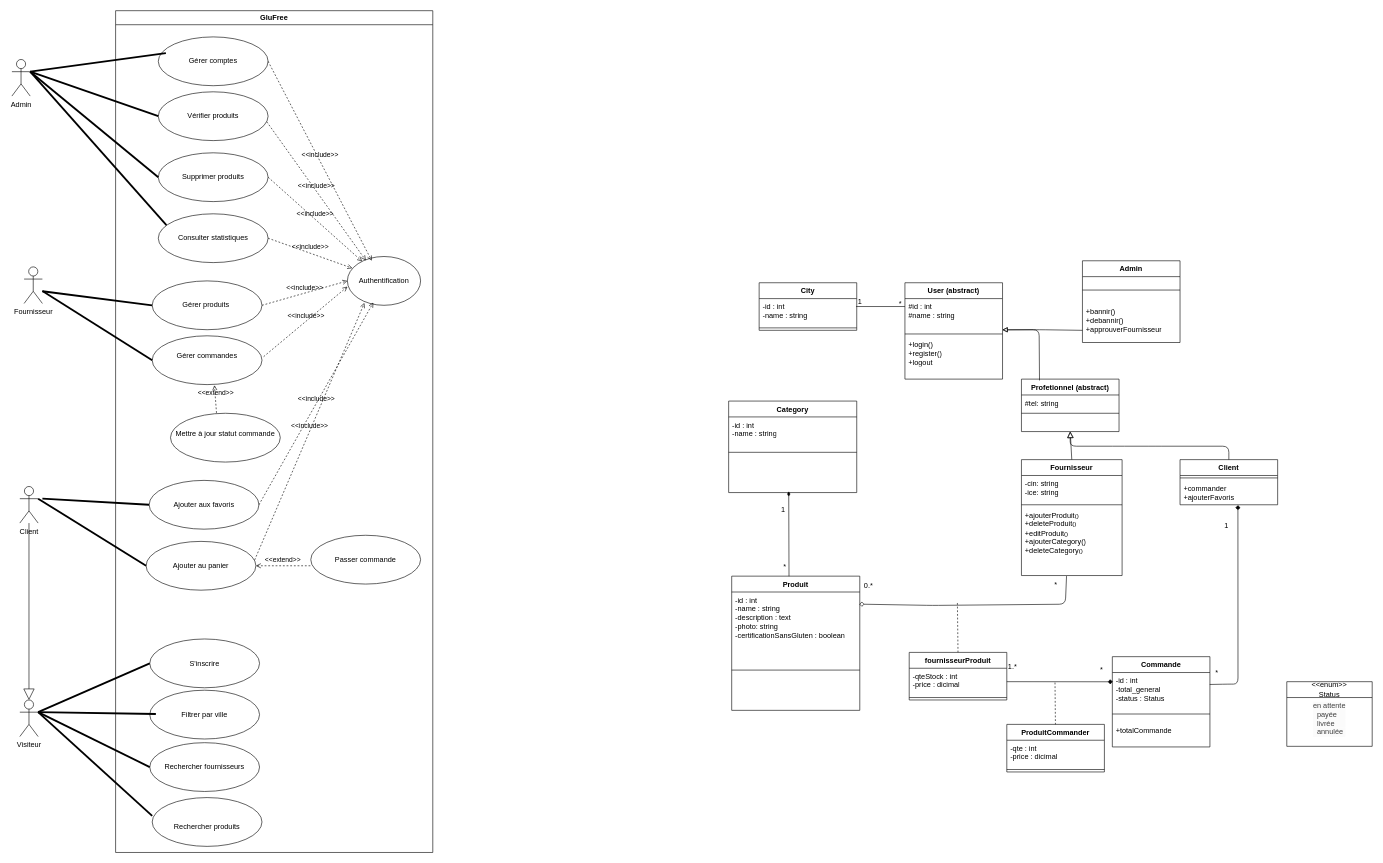
This is uml.drawio from safaacht/GluFree, a draw.io file, before an edit. Source tidied: cells renumbered, new cells numbered last; positions are measured from the earlier drawing's top-left corner, leaving out a move shared by most shapes. Both pictures are drawn from the tidied source at 61%, with x=0, y=0 at pixel (12, 10).
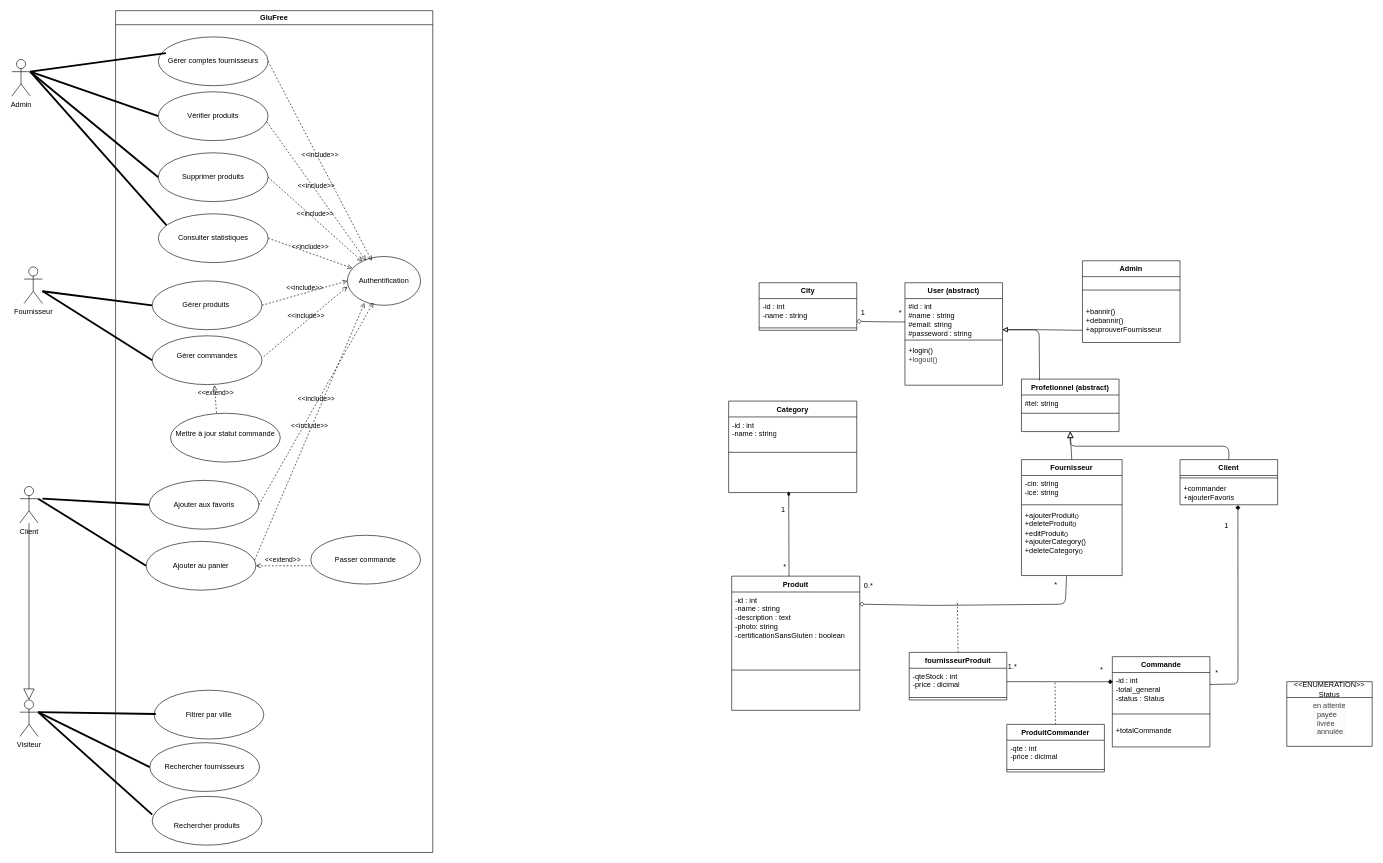
After the change.

Commit message:
Update UML diagram

The change refers to these unchanged cells:
```xml
<mxCell id="4" value="Visiteur" style="shape=umlActor;html=1;verticalLabelPosition=bottom;verticalAlign=top;align=center;" parent="1" vertex="1">
  <mxGeometry x="13" y="1130" width="30" height="60" as="geometry" />
</mxCell>
<mxCell id="6" value="GluFree" style="swimlane;whiteSpace=wrap;html=1;" parent="1" vertex="1">
  <mxGeometry x="170" width="520" height="1380" as="geometry" />
</mxCell>
<mxCell id="38" value="+bannir()&lt;div&gt;+debannir()&lt;/div&gt;&lt;div&gt;+approuverFournisseur&lt;/div&gt;" style="text;strokeColor=none;fillColor=none;align=left;verticalAlign=top;spacingLeft=4;spacingRight=4;overflow=hidden;points=[[0,0.5],[1,0.5]];portConstraint=eastwest;whiteSpace=wrap;html=1;" parent="36" vertex="1">
  <mxGeometry y="70" width="160" height="64" as="geometry" />
</mxCell>
<mxCell id="40" value="-id : int&lt;div&gt;-name : string&lt;/div&gt;" style="text;strokeColor=none;fillColor=none;align=left;verticalAlign=top;spacingLeft=4;spacingRight=4;overflow=hidden;points=[[0,0.5],[1,0.5]];portConstraint=eastwest;whiteSpace=wrap;html=1;" parent="39" vertex="1">
  <mxGeometry y="26" width="160" height="44" as="geometry" />
</mxCell>
```

What changed in the source:
```diff
@@
-    <mxCell id="8" value="Gérer comptes" style="ellipse;whiteSpace=wrap;html=1;" parent="6" vertex="1">
+    <mxCell id="8" value="Gérer comptes fournisseurs" style="ellipse;whiteSpace=wrap;html=1;" parent="6" vertex="1">
       <mxGeometry x="70" y="43" width="180" height="80" as="geometry" />
     </mxCell>
@@
-    <mxCell id="17" value="S'inscrire" style="ellipse;whiteSpace=wrap;html=1;" parent="6" vertex="1">
-      <mxGeometry x="56" y="1030" width="180" height="80" as="geometry" />
-    </mxCell>
@@
     <mxCell id="19" value="&lt;br style=&quot;color: rgb(63, 63, 63); scrollbar-color: rgb(226, 226, 226) rgb(251, 251, 251);&quot;&gt;&lt;span style=&quot;color: rgb(0, 0, 0);&quot;&gt;Rechercher produits&lt;/span&gt;" style="ellipse;whiteSpace=wrap;html=1;" parent="6" vertex="1">
-      <mxGeometry x="60" y="1290" width="180" height="80" as="geometry" />
+      <mxGeometry x="60" y="1288" width="180" height="80" as="geometry" />
     </mxCell>
@@
     <mxCell id="21" value="&lt;span style=&quot;color: rgb(0, 0, 0);&quot;&gt;Filtrer par ville&lt;/span&gt;" style="ellipse;whiteSpace=wrap;html=1;" parent="6" vertex="1">
-      <mxGeometry x="56" y="1114" width="180" height="80" as="geometry" />
+      <mxGeometry x="63" y="1114" width="180" height="80" as="geometry" />
     </mxCell>
@@
     <mxCell id="32" value="User (&lt;span style=&quot;color: rgb(0, 0, 0);&quot;&gt;abstract&lt;/span&gt;)" style="swimlane;fontStyle=1;align=center;verticalAlign=top;horizontal=1;startSize=26;whiteSpace=wrap;html=1;" parent="1" vertex="1">
-      <mxGeometry x="1464" y="446" width="160" height="158" as="geometry" />
+      <mxGeometry x="1464" y="446" width="160" height="168" as="geometry" />
     </mxCell>
-    <mxCell id="33" value="#id : int&lt;div&gt;#name : string&lt;/div&gt;&lt;div&gt;&lt;br&gt;&lt;/div&gt;" style="text;strokeColor=none;fillColor=none;align=left;verticalAlign=top;spacingLeft=4;spacingRight=4;overflow=hidden;points=[[0,0.5],[1,0.5]];portConstraint=eastwest;whiteSpace=wrap;html=1;" parent="32" vertex="1">
-      <mxGeometry y="26" width="160" height="54" as="geometry" />
+    <mxCell id="33" value="#id : int&lt;div&gt;#name : string&lt;/div&gt;&lt;div&gt;#email: string&lt;/div&gt;&lt;div&gt;#passeword : string&lt;/div&gt;" style="text;strokeColor=none;fillColor=none;align=left;verticalAlign=top;spacingLeft=4;spacingRight=4;overflow=hidden;points=[[0,0.5],[1,0.5]];portConstraint=eastwest;whiteSpace=wrap;html=1;" parent="32" vertex="1">
+      <mxGeometry y="26" width="160" height="64" as="geometry" />
     </mxCell>
     <mxCell id="34" style="line;strokeWidth=1;fillColor=none;align=left;verticalAlign=middle;spacingTop=-1;spacingLeft=3;spacingRight=3;labelPosition=right;strokeColor=inherit;" parent="32" vertex="1">
-      <mxGeometry y="80" width="160" height="8" as="geometry" />
+      <mxGeometry y="90" width="160" height="8" as="geometry" />
     </mxCell>
-    <mxCell id="35" value="+login()&lt;div&gt;+register()&lt;/div&gt;&lt;div&gt;+logout&lt;/div&gt;" style="text;strokeColor=none;fillColor=none;align=left;verticalAlign=top;spacingLeft=4;spacingRight=4;overflow=hidden;whiteSpace=wrap;html=1;" parent="32" vertex="1">
-      <mxGeometry y="88" width="160" height="70" as="geometry" />
+    <mxCell id="35" value="+login()&lt;div&gt;&lt;span style=&quot;color: rgb(63, 63, 63); background-color: transparent;&quot;&gt;+logout()&lt;/span&gt;&lt;/div&gt;" style="text;strokeColor=none;fillColor=none;align=left;verticalAlign=top;spacingLeft=4;spacingRight=4;overflow=hidden;whiteSpace=wrap;html=1;" parent="32" vertex="1">
+      <mxGeometry y="98" width="160" height="70" as="geometry" />
     </mxCell>
@@
-    <mxCell id="50" style="line;strokeWidth=1;fillColor=none;align=left;verticalAlign=middle;spacingTop=-1;spacingLeft=3;spacingRight=3;labelPosition=right;strokeColor=inherit;" parent="1" vertex="1">
-      <mxGeometry x="1384" y="481" width="80" height="8" as="geometry" />
-    </mxCell>
     <mxCell id="51" value="1" style="text;html=1;align=center;verticalAlign=middle;strokeColor=none;fillColor=none;" parent="1" vertex="1">
-      <mxGeometry x="1375" y="462" width="30" height="30" as="geometry" />
+      <mxGeometry x="1380" y="480" width="30" height="30" as="geometry" />
     </mxCell>
     <mxCell id="52" value="*" style="text;html=1;align=center;verticalAlign=middle;strokeColor=none;fillColor=none;" parent="1" vertex="1">
-      <mxGeometry x="1441" y="465" width="30" height="30" as="geometry" />
+      <mxGeometry x="1441" y="480" width="30" height="30" as="geometry" />
     </mxCell>
@@
-    <mxCell id="56" style="html=1;verticalAlign=bottom;labelBackgroundColor=none;endArrow=block;endFill=0;endSize=6;align=left;entryX=0.998;entryY=0.951;entryDx=0;entryDy=0;entryPerimeter=0;exitX=0;exitY=0.688;exitDx=0;exitDy=0;exitPerimeter=0;" parent="1" edge="1" source="38" target="33">
+    <mxCell id="56" style="html=1;verticalAlign=bottom;labelBackgroundColor=none;endArrow=block;endFill=0;endSize=6;align=left;exitX=0;exitY=0.688;exitDx=0;exitDy=0;exitPerimeter=0;" parent="1" edge="1" source="38">
       <mxGeometry x="-1" relative="1" as="geometry">
+        <mxPoint x="1624" y="523" as="targetPoint" />
         <Array as="points">
           <mxPoint x="1685" y="523" />
         </Array>
       </mxGeometry>
     </mxCell>
@@
-    <mxCell id="93" value="&amp;lt;&amp;lt;enum&amp;gt;&amp;gt;&lt;div&gt;Status&lt;/div&gt;" style="swimlane;fontStyle=0;horizontal=1;startSize=26;fillColor=none;whiteSpace=wrap;html=1;" parent="1" vertex="1">
+    <mxCell id="93" value="&amp;lt;&amp;lt;ENUMERATION&amp;gt;&amp;gt;&lt;div&gt;Status&lt;/div&gt;" style="swimlane;fontStyle=0;horizontal=1;startSize=26;fillColor=none;whiteSpace=wrap;html=1;" parent="1" vertex="1">
       <mxGeometry x="2090" y="1100" width="140" height="106" as="geometry" />
     </mxCell>
@@
-    <mxCell id="102" style="endArrow=none;startArrow=none;endFill=0;startFill=0;endSize=8;html=1;verticalAlign=bottom;labelBackgroundColor=none;strokeWidth=3;entryX=0;entryY=0.5;entryDx=0;entryDy=0;exitX=1;exitY=0.3333333333333333;exitDx=0;exitDy=0;exitPerimeter=0;" parent="1" edge="1" source="4" target="17">
-      <mxGeometry relative="1" as="geometry" />
-    </mxCell>
@@
+    <mxCell id="108" style="edgeStyle=none;html=1;endArrow=diamond;endFill=0;entryX=0.998;entryY=0.847;entryDx=0;entryDy=0;entryPerimeter=0;exitX=0.001;exitY=0.599;exitDx=0;exitDy=0;exitPerimeter=0;" parent="1" edge="1" source="33" target="40">
+      <mxGeometry relative="1" as="geometry">
+        <Array as="points">
+          <mxPoint x="1420" y="510" />
+        </Array>
+      </mxGeometry>
+    </mxCell>
```
